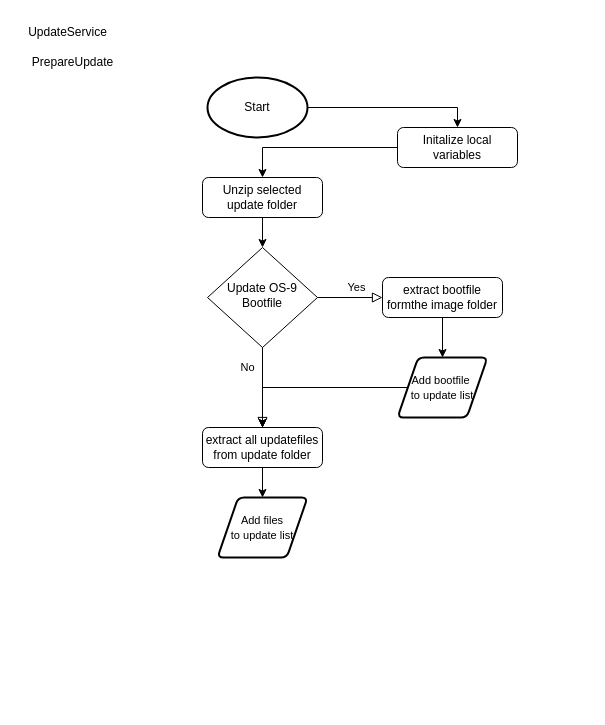
This is FlowChart/Update/Untitled Diagram.drawio from nicnike/Uml, a draw.io file, before an edit. Source tidied: cells renumbered, new cells numbered last; positions are measured from the earlier drawing's top-left corner, leaving out a move shared by most shapes. Both pictures are drawn from the tidied source at 100%, with x=0, y=0 at pixel (17, 17).
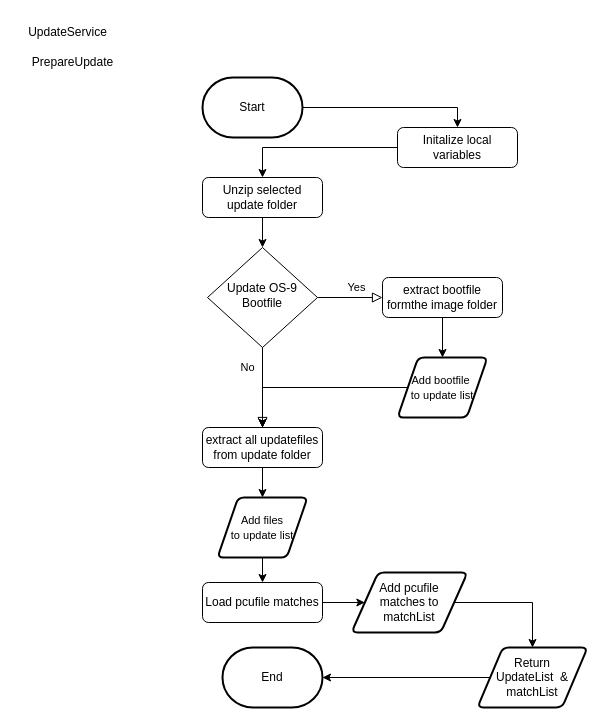
After the change.

Unchanged cells that the change refers to:
```xml
<mxCell id="3" value="Initalize local variables" style="rounded=1;whiteSpace=wrap;html=1;fontSize=12;glass=0;strokeWidth=1;shadow=0;" parent="1" vertex="1">
  <mxGeometry x="380" y="110" width="120" height="40" as="geometry" />
</mxCell>
<mxCell id="20" value="&lt;div&gt;&lt;font style=&quot;font-size: 11px;&quot;&gt;Add files&lt;/font&gt;&lt;/div&gt;&lt;div&gt;&lt;font style=&quot;font-size: 11px;&quot;&gt;to update list&lt;/font&gt;&lt;/div&gt;" style="shape=parallelogram;html=1;strokeWidth=2;perimeter=parallelogramPerimeter;whiteSpace=wrap;rounded=1;arcSize=12;size=0.23;" parent="1" vertex="1">
  <mxGeometry x="200" y="480" width="90" height="60" as="geometry" />
</mxCell>
```

The edit, as a diff of the source:
```diff
@@
-    <mxCell id="9" style="edgeStyle=orthogonalEdgeStyle;rounded=0;jettySize=auto;html=1;entryX=0.5;entryY=0;entryDx=0;entryDy=0;" parent="1" edge="1" source="10" target="3">
+    <mxCell id="9" style="edgeStyle=orthogonalEdgeStyle;rounded=0;jettySize=auto;html=1;entryX=0.5;entryY=0;entryDx=0;entryDy=0;exitX=1;exitY=0.5;exitDx=0;exitDy=0;exitPerimeter=0;" parent="1" edge="1" source="10" target="3">
       <mxGeometry relative="1" as="geometry" />
     </mxCell>
-    <mxCell id="10" value="Start" style="strokeWidth=2;html=1;shape=mxgraph.flowchart.start_1;whiteSpace=wrap;" parent="1" vertex="1">
-      <mxGeometry x="190" y="60" width="100" height="60" as="geometry" />
-    </mxCell>
@@
+    <mxCell id="21" style="edgeStyle=orthogonalEdgeStyle;rounded=0;jettySize=auto;html=1;entryX=0.5;entryY=0;entryDx=0;entryDy=0;" parent="1" edge="1" source="20" target="23">
+      <mxGeometry relative="1" as="geometry" />
+    </mxCell>
@@
+    <mxCell id="22" style="edgeStyle=orthogonalEdgeStyle;rounded=0;jettySize=auto;html=1;entryX=0;entryY=0.5;entryDx=0;entryDy=0;" parent="1" edge="1" source="23" target="28">
+      <mxGeometry relative="1" as="geometry" />
+    </mxCell>
+    <mxCell id="23" value="Load pcufile matches" style="rounded=1;whiteSpace=wrap;html=1;fontSize=12;glass=0;strokeWidth=1;shadow=0;" parent="1" vertex="1">
+      <mxGeometry x="185" y="565" width="120" height="40" as="geometry" />
+    </mxCell>
+    <mxCell id="10" value="Start" style="strokeWidth=2;html=1;shape=mxgraph.flowchart.terminator;whiteSpace=wrap;" parent="1" vertex="1">
+      <mxGeometry x="185" y="60" width="100" height="60" as="geometry" />
+    </mxCell>
+    <mxCell id="24" value="End" style="strokeWidth=2;html=1;shape=mxgraph.flowchart.terminator;whiteSpace=wrap;" parent="1" vertex="1">
+      <mxGeometry x="205" y="630" width="100" height="60" as="geometry" />
+    </mxCell>
+    <mxCell id="25" style="edgeStyle=orthogonalEdgeStyle;rounded=0;jettySize=auto;html=1;" parent="1" edge="1" source="26" target="24">
+      <mxGeometry relative="1" as="geometry" />
+    </mxCell>
+    <mxCell id="26" value="&lt;div&gt;Return&lt;/div&gt;&lt;div&gt;UpdateList&amp;nbsp; &amp;amp;&lt;/div&gt;&lt;div&gt;matchList&lt;br&gt;&lt;/div&gt;" style="shape=parallelogram;html=1;strokeWidth=2;perimeter=parallelogramPerimeter;whiteSpace=wrap;rounded=1;arcSize=12;size=0.23;" parent="1" vertex="1">
+      <mxGeometry x="460" y="630" width="110" height="60" as="geometry" />
+    </mxCell>
+    <mxCell id="27" style="edgeStyle=orthogonalEdgeStyle;rounded=0;jettySize=auto;html=1;" parent="1" edge="1" source="28" target="26">
+      <mxGeometry relative="1" as="geometry" />
+    </mxCell>
+    <mxCell id="28" value="&lt;div&gt;Add pcufile&lt;/div&gt;&lt;div&gt;matches to&lt;/div&gt;&lt;div&gt;matchList&lt;br&gt;&lt;/div&gt;" style="shape=parallelogram;html=1;strokeWidth=2;perimeter=parallelogramPerimeter;whiteSpace=wrap;rounded=1;arcSize=12;size=0.23;" parent="1" vertex="1">
+      <mxGeometry x="334" y="555" width="116" height="60" as="geometry" />
+    </mxCell>
```
